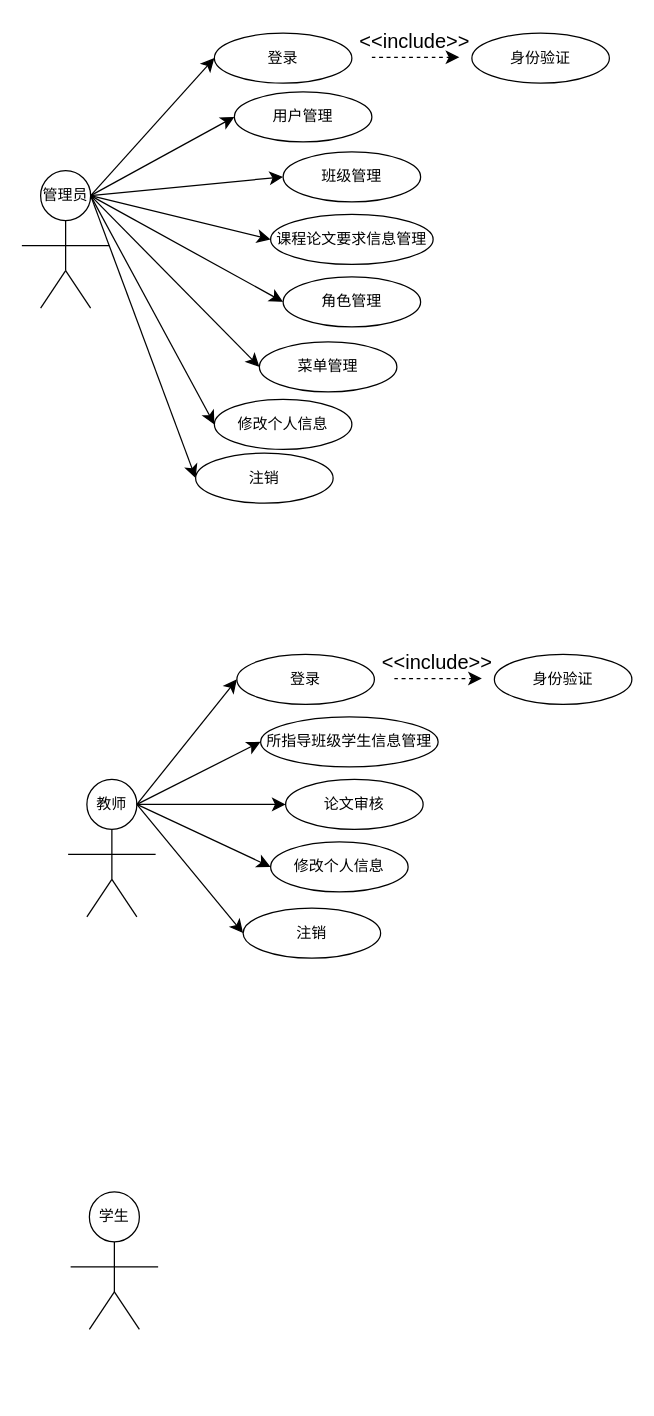
JoceHYJ/tomatoPaper keeps this draw.io diagram as 用例图.drawio. Above is the earlier version. Source tidied: cells renumbered, new cells numbered last; positions are measured from the earlier drawing's top-left corner, leaving out a move shared by most shapes. Both pictures are drawn from the tidied source at 125%, with x=0, y=0 at pixel (21, 21).
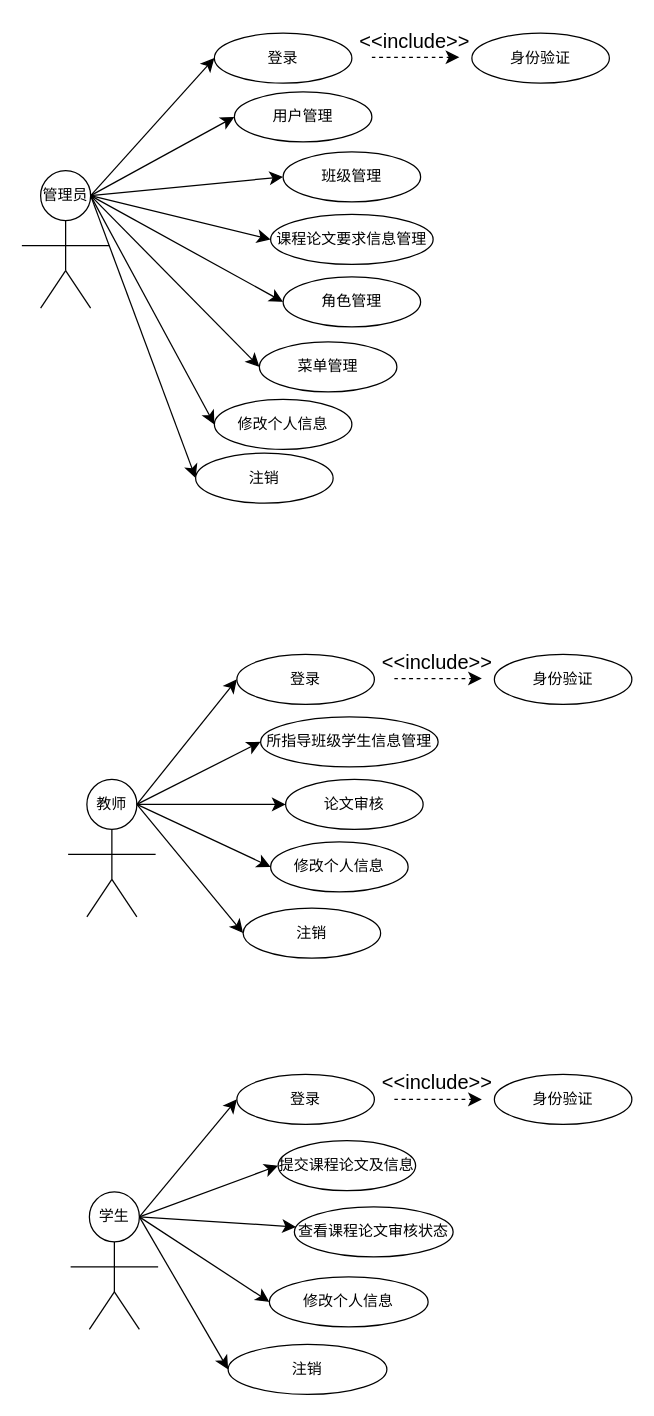
The same diagram, later.

Commit message (it also covers changes not shown here):
更新用例图.drawio

The change refers to these unchanged cells:
```xml
<mxCell id="15" value="学生" style="ellipse;whiteSpace=wrap;html=1;" parent="14" vertex="1">
  <mxGeometry x="15" width="40" height="40" as="geometry" />
</mxCell>
```

Diff of the diagram source:
```diff
@@
+    <mxCell id="52" value="登录" style="ellipse;whiteSpace=wrap;html=1;" parent="1" vertex="1">
+      <mxGeometry x="172" y="842" width="110" height="40" as="geometry" />
+    </mxCell>
+    <mxCell id="53" value="身份验证" style="ellipse;whiteSpace=wrap;html=1;" parent="1" vertex="1">
+      <mxGeometry x="378" y="842" width="110" height="40" as="geometry" />
+    </mxCell>
+    <mxCell id="54" value="&amp;lt;&amp;lt;include&amp;gt;&amp;gt;" style="text;html=1;align=center;verticalAlign=middle;strokeColor=none;fillColor=none;fontSize=16;" parent="1" vertex="1">
+      <mxGeometry x="277" y="833" width="110" height="30" as="geometry" />
+    </mxCell>
+    <mxCell id="55" style="edgeStyle=none;curved=1;rounded=0;jettySize=auto;html=1;exitX=1;exitY=0.5;exitDx=0;exitDy=0;entryX=0;entryY=0.5;entryDx=0;entryDy=0;fontSize=12;startSize=8;endSize=8;" parent="1" edge="1" source="15" target="52">
+      <mxGeometry relative="1" as="geometry" />
+    </mxCell>
+    <mxCell id="56" value="提交课程论文及信息" style="ellipse;whiteSpace=wrap;html=1;" parent="1" vertex="1">
+      <mxGeometry x="205" y="895" width="110" height="40" as="geometry" />
+    </mxCell>
+    <mxCell id="57" value="查看课程论文审核状态" style="ellipse;whiteSpace=wrap;html=1;" parent="1" vertex="1">
+      <mxGeometry x="218" y="948" width="127" height="40" as="geometry" />
+    </mxCell>
+    <mxCell id="58" style="edgeStyle=none;curved=1;rounded=0;orthogonalLoop=1;jettySize=auto;html=1;exitX=0.5;exitY=1;exitDx=0;exitDy=0;fontSize=12;startSize=8;endSize=8;" parent="1" edge="1" source="57" target="57">
+      <mxGeometry relative="1" as="geometry" />
+    </mxCell>
+    <mxCell id="59" style="edgeStyle=none;curved=1;rounded=0;jettySize=auto;html=1;exitX=1;exitY=0.5;exitDx=0;exitDy=0;entryX=0;entryY=0.5;entryDx=0;entryDy=0;fontSize=12;startSize=8;endSize=8;" parent="1" edge="1" source="15" target="56">
+      <mxGeometry relative="1" as="geometry" />
+    </mxCell>
+    <mxCell id="60" style="edgeStyle=none;curved=1;rounded=0;jettySize=auto;html=1;exitX=1;exitY=0.5;exitDx=0;exitDy=0;fontSize=12;startSize=8;endSize=8;" parent="1" edge="1" source="15" target="57">
+      <mxGeometry relative="1" as="geometry" />
+    </mxCell>
+    <mxCell id="61" value="修改个人信息" style="ellipse;whiteSpace=wrap;html=1;" parent="1" vertex="1">
+      <mxGeometry x="198" y="1004" width="127" height="40" as="geometry" />
+    </mxCell>
+    <mxCell id="62" style="edgeStyle=none;curved=1;rounded=0;jettySize=auto;html=1;exitX=1;exitY=0.5;exitDx=0;exitDy=0;entryX=0;entryY=0.5;entryDx=0;entryDy=0;fontSize=12;startSize=8;endSize=8;" parent="1" edge="1" source="15" target="61">
+      <mxGeometry relative="1" as="geometry" />
+    </mxCell>
+    <mxCell id="63" value="注销" style="ellipse;whiteSpace=wrap;html=1;" parent="1" vertex="1">
+      <mxGeometry x="165" y="1058" width="127" height="40" as="geometry" />
+    </mxCell>
+    <mxCell id="64" style="edgeStyle=none;curved=1;rounded=0;jettySize=auto;html=1;exitX=1;exitY=0.5;exitDx=0;exitDy=0;entryX=0;entryY=0.5;entryDx=0;entryDy=0;fontSize=12;startSize=8;endSize=8;" parent="1" edge="1" source="15" target="63">
+      <mxGeometry relative="1" as="geometry" />
+    </mxCell>
+    <mxCell id="65" style="endArrow=classic;html=1;rounded=0;fontSize=12;startSize=8;endSize=8;curved=1;dashed=1;" parent="1" edge="1">
+      <mxGeometry relative="1" as="geometry">
+        <mxPoint x="298" y="862" as="sourcePoint" />
+        <mxPoint x="368" y="862" as="targetPoint" />
+      </mxGeometry>
+    </mxCell>
```
